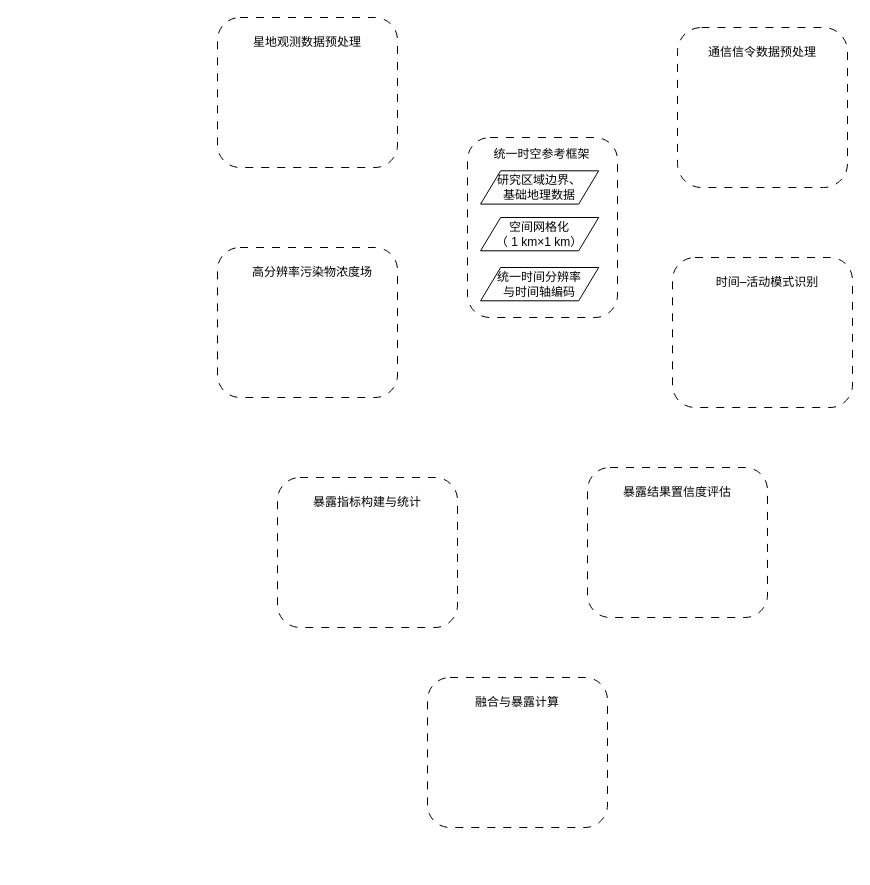
Above: 专利.drawio in 1059363121/iodraw-files (draw.io), before the change. Source tidied: cells renumbered, new cells numbered last; positions are measured from the earlier drawing's top-left corner, leaving out a move shared by most shapes. Both pictures are drawn from the tidied source at 100%, with x=0, y=0 at pixel (217, 17).
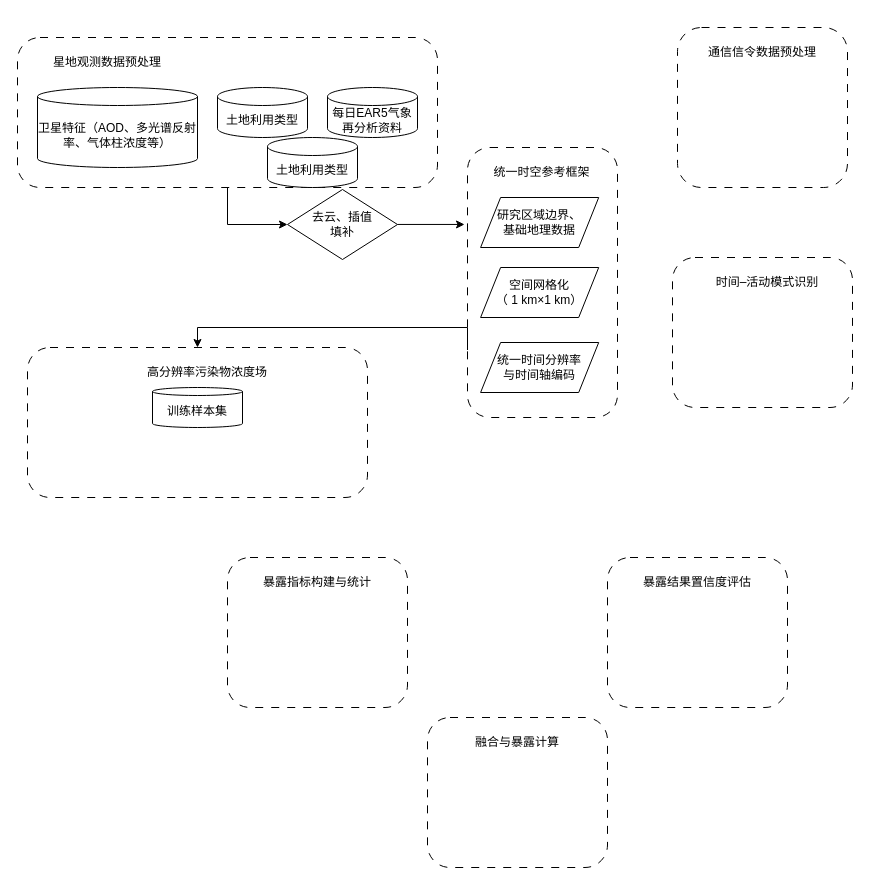
After the change.

Change to the diagram source:
```diff
@@
     <mxCell id="2" style="group;" parent="1" vertex="1">
-      <mxGeometry x="250" y="120" width="150" height="180" as="geometry" />
+      <mxGeometry x="250" y="130" width="150" height="270" as="geometry" />
     </mxCell>
     <mxCell id="3" style="rounded=1;whiteSpace=wrap;html=1;dashed=1;dashPattern=8 8;" parent="2" vertex="1">
-      <mxGeometry width="150" height="180" as="geometry" />
+      <mxGeometry width="150" height="270" as="geometry" />
     </mxCell>
     <mxCell id="4" value="统一时空参考框架" style="text;html=1;whiteSpace=wrap;strokeColor=none;fillColor=none;align=center;verticalAlign=middle;rounded=0;" parent="2" vertex="1">
-      <mxGeometry x="9.4" y="6.7" width="131.2" height="20" as="geometry" />
+      <mxGeometry x="9.4" y="10" width="131.2" height="30" as="geometry" />
     </mxCell>
     <mxCell id="5" value="研究区域边界、&lt;div&gt;基础地理数据&lt;/div&gt;" style="shape=parallelogram;perimeter=parallelogramPerimeter;whiteSpace=wrap;html=1;fixedSize=1;" parent="2" vertex="1">
-      <mxGeometry x="13.1" y="33.3" width="118.1" height="33.3" as="geometry" />
+      <mxGeometry x="13.1" y="50" width="118.1" height="50" as="geometry" />
     </mxCell>
     <mxCell id="6" value="空间网格化&lt;div&gt;（ 1 km×1 km）&lt;/div&gt;" style="shape=parallelogram;perimeter=parallelogramPerimeter;whiteSpace=wrap;html=1;fixedSize=1;" parent="2" vertex="1">
-      <mxGeometry x="13.1" y="80" width="118.1" height="33.3" as="geometry" />
+      <mxGeometry x="13.1" y="120" width="118.1" height="50" as="geometry" />
     </mxCell>
     <mxCell id="7" value="统一时间分辨率&lt;div&gt;与时间轴编码&lt;/div&gt;" style="shape=parallelogram;perimeter=parallelogramPerimeter;whiteSpace=wrap;html=1;fixedSize=1;" parent="2" vertex="1">
-      <mxGeometry x="13.1" y="130" width="118.1" height="33.3" as="geometry" />
+      <mxGeometry x="13.1" y="195" width="118.1" height="50" as="geometry" />
     </mxCell>
     <mxCell id="8" style="group;" parent="1" vertex="1">
-      <mxGeometry width="180" height="150" as="geometry" />
+      <mxGeometry x="-200" y="20" width="420" height="160" as="geometry" />
     </mxCell>
     <mxCell id="9" style="rounded=1;whiteSpace=wrap;html=1;dashed=1;dashPattern=8 8;" parent="8" vertex="1">
-      <mxGeometry width="180" height="150" as="geometry" />
+      <mxGeometry width="420" height="150" as="geometry" />
     </mxCell>
@@
+    <mxCell id="29" value="卫星特征（AOD、多光谱反射率、气体柱浓度等）" style="shape=cylinder3;whiteSpace=wrap;html=1;boundedLbl=1;backgroundOutline=1;size=9;" parent="8" vertex="1">
+      <mxGeometry x="20" y="50" width="160" height="80" as="geometry" />
+    </mxCell>
+    <mxCell id="30" value="每日EAR5气象&lt;div&gt;再分析资料&lt;/div&gt;" style="shape=cylinder3;whiteSpace=wrap;html=1;boundedLbl=1;backgroundOutline=1;size=9;" parent="8" vertex="1">
+      <mxGeometry x="310" y="50" width="90" height="50" as="geometry" />
+    </mxCell>
+    <mxCell id="31" value="土地利用类型" style="shape=cylinder3;whiteSpace=wrap;html=1;boundedLbl=1;backgroundOutline=1;size=9;" parent="8" vertex="1">
+      <mxGeometry x="200" y="50" width="90" height="50" as="geometry" />
+    </mxCell>
+    <mxCell id="32" value="土地利用类型" style="shape=cylinder3;whiteSpace=wrap;html=1;boundedLbl=1;backgroundOutline=1;size=9;" parent="8" vertex="1">
+      <mxGeometry x="250" y="100" width="90" height="50" as="geometry" />
+    </mxCell>
@@
     <mxCell id="17" style="group;" parent="1" vertex="1">
-      <mxGeometry y="230" width="180" height="150" as="geometry" />
+      <mxGeometry x="-190" y="330" width="340" height="150" as="geometry" />
     </mxCell>
     <mxCell id="18" style="rounded=1;whiteSpace=wrap;html=1;dashed=1;dashPattern=8 8;" parent="17" vertex="1">
-      <mxGeometry width="180" height="150" as="geometry" />
+      <mxGeometry width="340" height="150" as="geometry" />
     </mxCell>
     <mxCell id="19" value="高分辨率污染物浓度场" style="text;html=1;whiteSpace=wrap;strokeColor=none;fillColor=none;align=center;verticalAlign=middle;rounded=0;" parent="17" vertex="1">
-      <mxGeometry x="30" y="10" width="130" height="30" as="geometry" />
+      <mxGeometry x="56.7" y="10" width="245.6" height="30" as="geometry" />
     </mxCell>
+    <mxCell id="33" value="训练样本集" style="shape=cylinder3;whiteSpace=wrap;html=1;boundedLbl=1;backgroundOutline=1;size=4;" parent="17" vertex="1">
+      <mxGeometry x="125" y="40" width="90" height="40" as="geometry" />
+    </mxCell>
     <mxCell id="20" style="group;" parent="1" vertex="1">
-      <mxGeometry x="210" y="660" width="180" height="150" as="geometry" />
+      <mxGeometry x="210" y="700" width="180" height="150" as="geometry" />
     </mxCell>
@@
     <mxCell id="23" style="group;" parent="1" vertex="1">
-      <mxGeometry x="370" y="450" width="180" height="150" as="geometry" />
+      <mxGeometry x="390" y="540" width="180" height="150" as="geometry" />
     </mxCell>
@@
     <mxCell id="26" style="group;" parent="1" vertex="1">
-      <mxGeometry x="60" y="460" width="180" height="150" as="geometry" />
+      <mxGeometry x="10" y="540" width="180" height="150" as="geometry" />
     </mxCell>
@@
+    <mxCell id="34" style="edgeStyle=orthogonalEdgeStyle;rounded=0;jettySize=auto;html=1;entryX=-0.02;entryY=0.285;entryDx=0;entryDy=0;entryPerimeter=0;" parent="1" edge="1" source="36" target="3">
+      <mxGeometry relative="1" as="geometry" />
+    </mxCell>
+    <mxCell id="35" style="edgeStyle=orthogonalEdgeStyle;rounded=0;jettySize=auto;html=1;entryX=0;entryY=0.5;entryDx=0;entryDy=0;" parent="1" edge="1" source="9" target="36">
+      <mxGeometry relative="1" as="geometry" />
+    </mxCell>
+    <mxCell id="36" value="去云、插值&lt;div&gt;填补&lt;/div&gt;" style="rhombus;whiteSpace=wrap;html=1;" parent="1" vertex="1">
+      <mxGeometry x="70" y="172" width="110" height="70" as="geometry" />
+    </mxCell>
+    <mxCell id="37" style="edgeStyle=orthogonalEdgeStyle;rounded=0;jettySize=auto;html=1;exitX=0;exitY=0.75;exitDx=0;exitDy=0;entryX=0.5;entryY=0;entryDx=0;entryDy=0;" parent="1" edge="1" source="3" target="18">
+      <mxGeometry relative="1" as="geometry">
+        <Array as="points">
+          <mxPoint x="250" y="310" />
+          <mxPoint x="-20" y="310" />
+        </Array>
+      </mxGeometry>
+    </mxCell>
```
